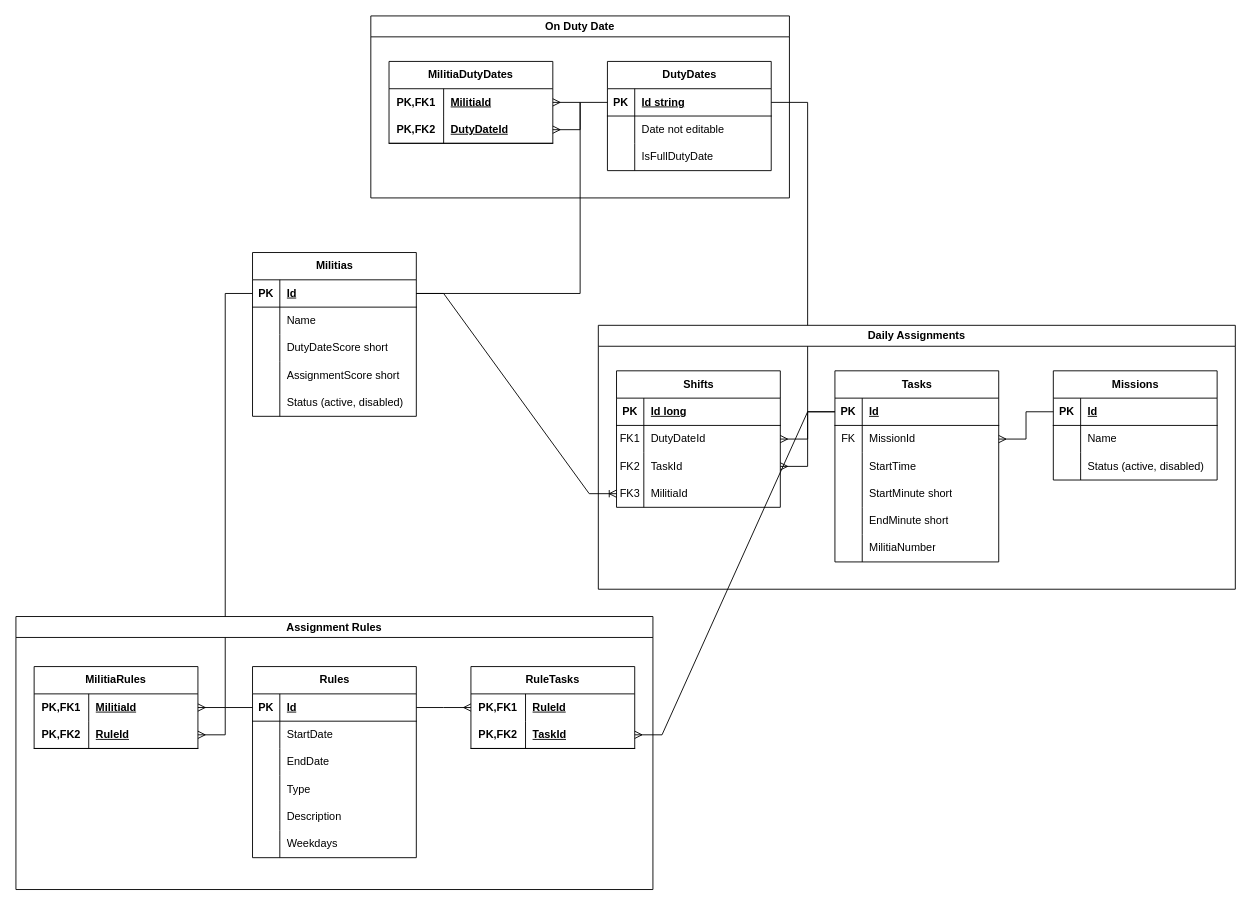
Earlier version of the draw.io diagram militia.drawio (handoiditu1508/militia-duty-be). Source tidied: cells renumbered, new cells numbered last; positions are measured from the earlier drawing's top-left corner, leaving out a move shared by most shapes. Both pictures are drawn from the tidied source at 91%, with x=0, y=0 at pixel (15, 15).
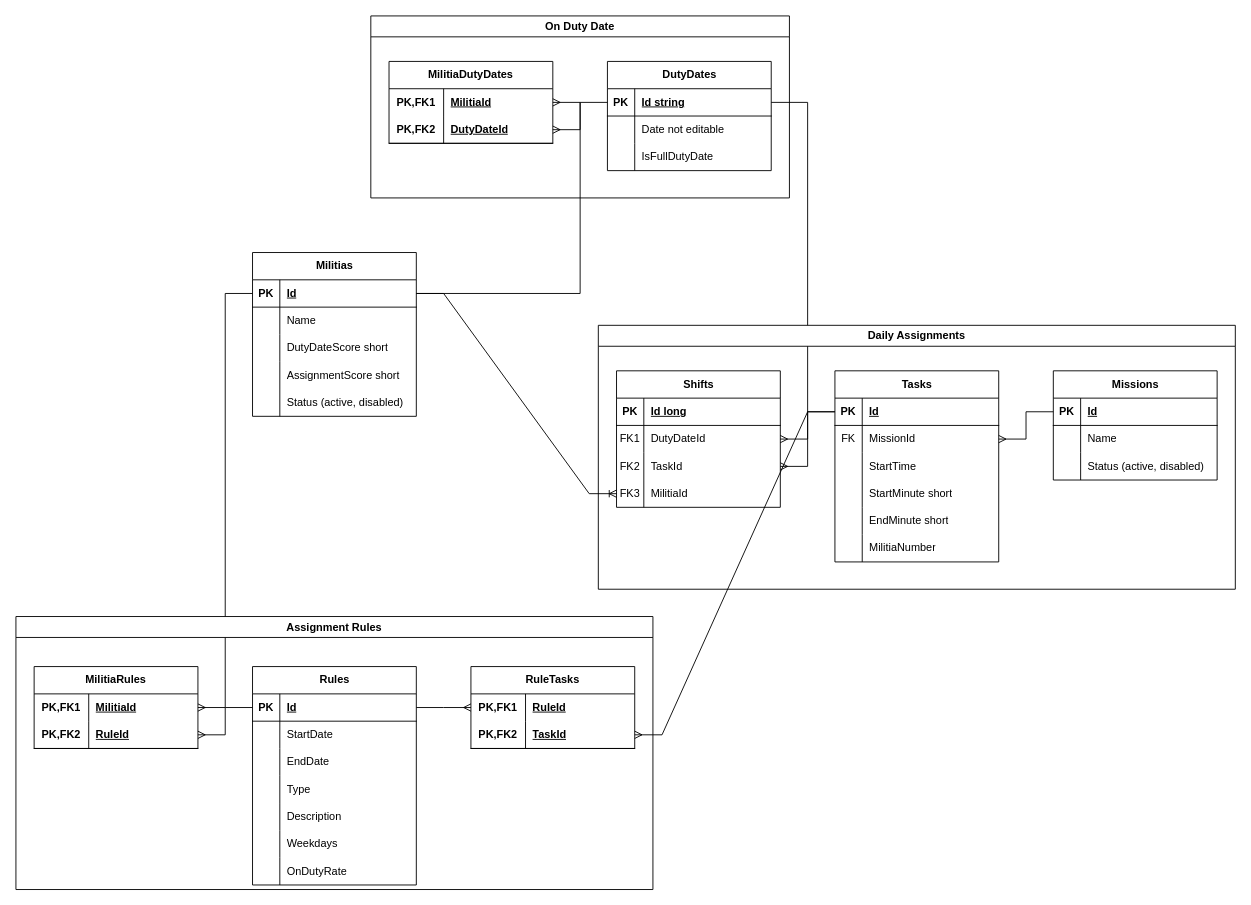
After the change.

Unchanged cells that the change refers to:
```xml
<mxCell id="42" value="Assignment Rules" style="swimlane;whiteSpace=wrap;html=1;" parent="1" vertex="1">
  <mxGeometry y="660" width="700" height="300" as="geometry" />
</mxCell>
```

What changed in the source:
```diff
@@
     <mxCell id="43" value="Rules" style="shape=table;startSize=30;childLayout=tableLayout;rowLines=0;fontStyle=1;align=center;html=1;" parent="42" vertex="1">
-      <mxGeometry x="260" y="55" width="180" height="210" as="geometry" />
+      <mxGeometry x="260" y="55" width="180" height="240" as="geometry" />
     </mxCell>
@@
+    <mxCell id="123" style="shape=tableRow;horizontal=0;startSize=0;swimlaneHead=0;swimlaneBody=0;fillColor=none;top=0;left=0;right=0;bottom=0;" parent="43" vertex="1">
+      <mxGeometry y="210" width="180" height="30" as="geometry" />
+    </mxCell>
+    <mxCell id="124" style="shape=partialRectangle;fillColor=none;top=0;left=0;bottom=0;right=0;overflow=hidden;whiteSpace=wrap;html=1;" parent="123" vertex="1">
+      <mxGeometry width="30" height="30" as="geometry" />
+    </mxCell>
+    <mxCell id="125" value="OnDutyRate" style="shape=partialRectangle;fillColor=none;top=0;left=0;bottom=0;right=0;align=left;spacingLeft=6;overflow=hidden;whiteSpace=wrap;html=1;" parent="123" vertex="1">
+      <mxGeometry x="30" width="150" height="30" as="geometry" />
+    </mxCell>
```
